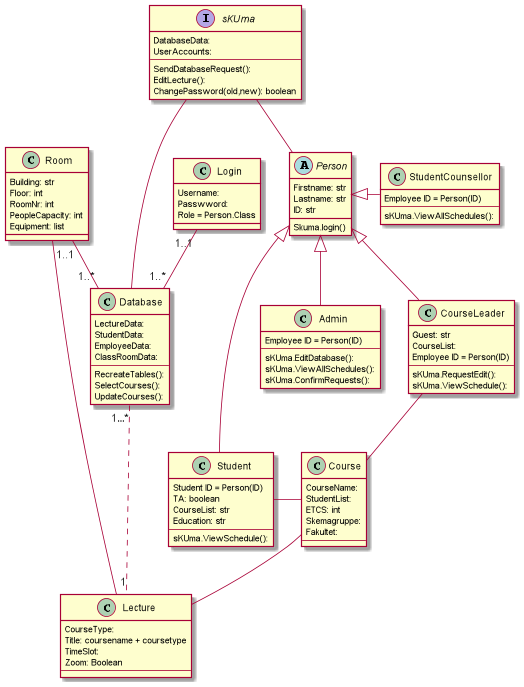
Earlier version of the PlantUML export Diagrams/png/class_diagram_iteration3.png (Samuelyos/iteration-3).
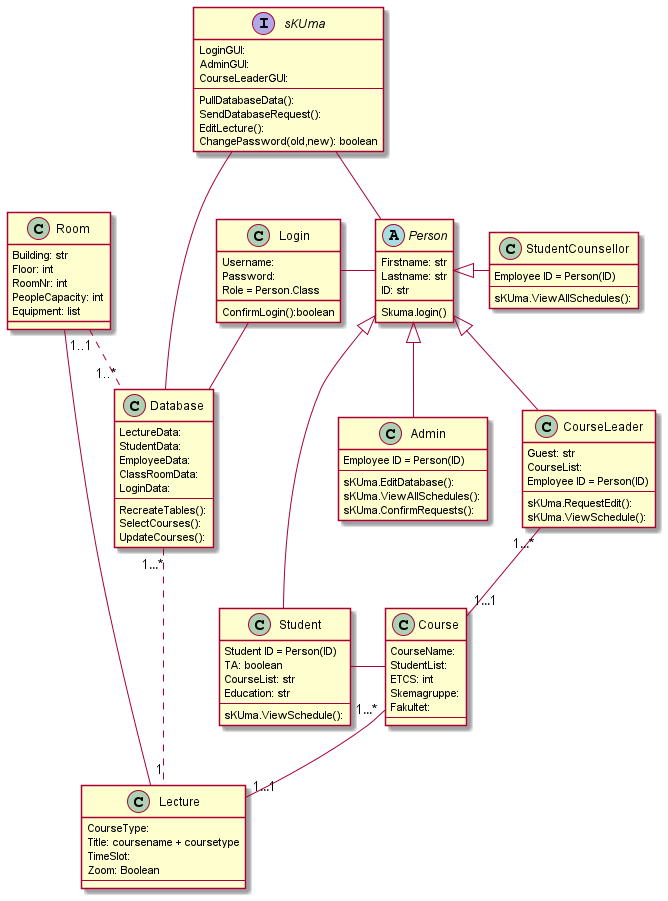
After the commit.

What changed in the source:
```diff
@@ -1,9 +1,11 @@
 @startuml
 
 interface sKUma{
-    DatabaseData:
-    UserAccounts:
+    LoginGUI:
+    AdminGUI:
+    CourseLeaderGUI:
     --
+    PullDatabaseData():
     SendDatabaseRequest():
     EditLecture():
     ChangePassword(old,new): boolean
@@ -72,6 +74,7 @@
     StudentData:
     EmployeeData:
     ClassRoomData:
+    LoginData:
     --
     RecreateTables():
     SelectCourses():
@@ -88,13 +91,15 @@
 
 class Login{
 Username:
-Passwword:
+Password:
 Role = Person.Class
+__
+ConfirmLogin():boolean
 }
 
-Room  "1..1" -- "1..*" Database
-CourseLeader -- Course
-Course -- Lecture
+Room  "1..1" .. "1..*" Database
+CourseLeader "1…*" -- "1…1" Course
+Course "1…*" -- "1…1" Lecture
 Room - Lecture
 sKUma -- Database
 sKUma -- Person
@@ -104,5 +109,6 @@
 Person <|-- CourseLeader
 Person <|-- Student
 Person <|- StudentCounsellor
-Login "1..1" -- "1..*" Database
+Login -- Database
+Login - Person
 @enduml
```
